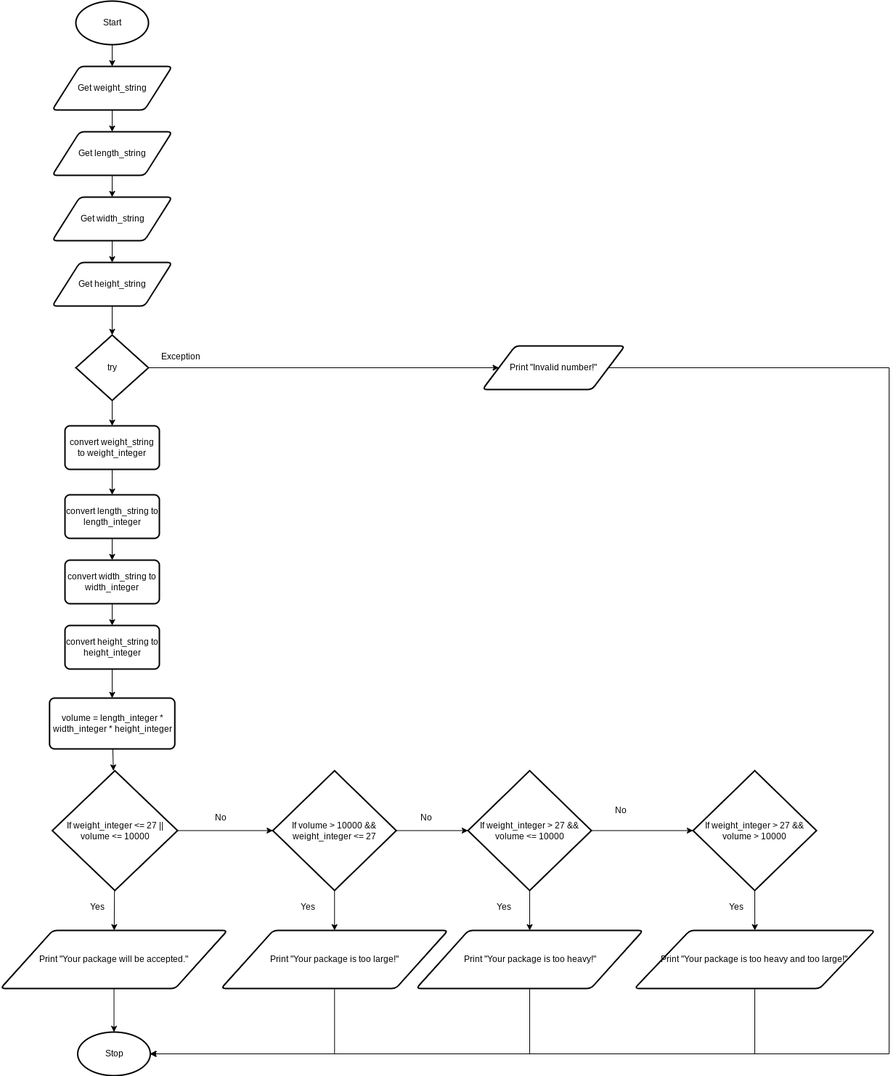
Earlier version of the draw.io export design.package.flowchart.png (Yiyun-Qin/ICS3U-Assignment3-Python). Source tidied: cells renumbered, new cells last; positions are measured from the earlier drawing's top-left corner, leaving out a move shared by most shapes. Its diagram source:
```xml
<mxGraphModel>
  <root>
    <mxCell id="0" />
    <mxCell id="1" parent="0" />
    <mxCell id="2" style="edgeStyle=none;html=1;exitX=0.5;exitY=1;exitDx=0;exitDy=0;exitPerimeter=0;entryX=0.5;entryY=0;entryDx=0;entryDy=0;" parent="1" edge="1" source="3" target="5">
      <mxGeometry relative="1" as="geometry" />
    </mxCell>
    <mxCell id="3" value="Start" style="strokeWidth=2;html=1;shape=mxgraph.flowchart.start_1;whiteSpace=wrap;" parent="1" vertex="1">
      <mxGeometry x="104" width="100" height="60" as="geometry" />
    </mxCell>
    <mxCell id="4" style="edgeStyle=none;html=1;exitX=0.5;exitY=1;exitDx=0;exitDy=0;entryX=0.5;entryY=0;entryDx=0;entryDy=0;" parent="1" edge="1" source="5" target="20">
      <mxGeometry relative="1" as="geometry" />
    </mxCell>
    <mxCell id="5" value="Get weight_string" style="shape=parallelogram;html=1;strokeWidth=2;perimeter=parallelogramPerimeter;whiteSpace=wrap;rounded=1;arcSize=12;size=0.23;" parent="1" vertex="1">
      <mxGeometry x="71.5" y="90" width="165" height="60" as="geometry" />
    </mxCell>
    <mxCell id="6" value="Stop" style="strokeWidth=2;html=1;shape=mxgraph.flowchart.start_1;whiteSpace=wrap;" parent="1" vertex="1">
      <mxGeometry x="106.5" y="1420" width="100" height="60" as="geometry" />
    </mxCell>
    <mxCell id="7" value="Yes" style="text;html=1;strokeColor=none;fillColor=none;align=center;verticalAlign=middle;whiteSpace=wrap;rounded=0;" parent="1" vertex="1">
      <mxGeometry x="104" y="1230" width="60" height="35" as="geometry" />
    </mxCell>
    <mxCell id="8" style="edgeStyle=none;html=1;exitX=0.5;exitY=1;exitDx=0;exitDy=0;exitPerimeter=0;entryX=0.5;entryY=0;entryDx=0;entryDy=0;" parent="1" edge="1" source="10" target="12">
      <mxGeometry relative="1" as="geometry" />
    </mxCell>
    <mxCell id="9" style="edgeStyle=none;html=1;exitX=1;exitY=0.5;exitDx=0;exitDy=0;exitPerimeter=0;entryX=0;entryY=0.5;entryDx=0;entryDy=0;" parent="1" edge="1" source="10" target="14">
      <mxGeometry relative="1" as="geometry" />
    </mxCell>
    <mxCell id="10" value="try" style="strokeWidth=2;html=1;shape=mxgraph.flowchart.decision;whiteSpace=wrap;" parent="1" vertex="1">
      <mxGeometry x="104" y="460" width="100" height="90" as="geometry" />
    </mxCell>
    <mxCell id="11" style="edgeStyle=none;html=1;" parent="1" edge="1" source="12" target="26">
      <mxGeometry relative="1" as="geometry" />
    </mxCell>
    <mxCell id="12" value="convert weight_string to weight_integer" style="rounded=1;whiteSpace=wrap;html=1;absoluteArcSize=1;arcSize=14;strokeWidth=2;" parent="1" vertex="1">
      <mxGeometry x="89" y="585" width="130" height="60" as="geometry" />
    </mxCell>
    <mxCell id="13" style="edgeStyle=orthogonalEdgeStyle;rounded=0;html=1;exitX=1;exitY=0.5;exitDx=0;exitDy=0;entryX=1;entryY=0.5;entryDx=0;entryDy=0;entryPerimeter=0;" parent="1" edge="1" source="14" target="6">
      <mxGeometry relative="1" as="geometry">
        <Array as="points">
          <mxPoint x="1224" y="505" />
          <mxPoint x="1224" y="1450" />
        </Array>
      </mxGeometry>
    </mxCell>
    <mxCell id="14" value="Print &quot;Invalid number!&quot;" style="shape=parallelogram;html=1;strokeWidth=2;perimeter=parallelogramPerimeter;whiteSpace=wrap;rounded=1;arcSize=12;size=0.23;" parent="1" vertex="1">
      <mxGeometry x="664" y="475" width="196" height="60" as="geometry" />
    </mxCell>
    <mxCell id="15" value="Exception" style="text;html=1;strokeColor=none;fillColor=none;align=center;verticalAlign=middle;whiteSpace=wrap;rounded=0;" parent="1" vertex="1">
      <mxGeometry x="219" y="475" width="60" height="30" as="geometry" />
    </mxCell>
    <mxCell id="16" style="edgeStyle=none;html=1;" parent="1" edge="1" source="18" target="34">
      <mxGeometry relative="1" as="geometry" />
    </mxCell>
    <mxCell id="17" style="edgeStyle=orthogonalEdgeStyle;rounded=0;html=1;exitX=1;exitY=0.5;exitDx=0;exitDy=0;exitPerimeter=0;entryX=0;entryY=0.5;entryDx=0;entryDy=0;entryPerimeter=0;" parent="1" edge="1" source="18" target="39">
      <mxGeometry relative="1" as="geometry" />
    </mxCell>
    <mxCell id="18" value="If weight_integer &amp;lt;= 27 || volume &amp;lt;= 10000" style="strokeWidth=2;html=1;shape=mxgraph.flowchart.decision;whiteSpace=wrap;" parent="1" vertex="1">
      <mxGeometry x="71.5" y="1060" width="172.5" height="165" as="geometry" />
    </mxCell>
    <mxCell id="19" style="edgeStyle=none;html=1;exitX=0.5;exitY=1;exitDx=0;exitDy=0;entryX=0.5;entryY=0;entryDx=0;entryDy=0;" parent="1" edge="1" source="20" target="22">
      <mxGeometry relative="1" as="geometry" />
    </mxCell>
    <mxCell id="20" value="Get length_string" style="shape=parallelogram;html=1;strokeWidth=2;perimeter=parallelogramPerimeter;whiteSpace=wrap;rounded=1;arcSize=12;size=0.23;" parent="1" vertex="1">
      <mxGeometry x="71.5" y="180" width="165" height="60" as="geometry" />
    </mxCell>
    <mxCell id="21" style="edgeStyle=none;html=1;exitX=0.5;exitY=1;exitDx=0;exitDy=0;entryX=0.5;entryY=0;entryDx=0;entryDy=0;" parent="1" edge="1" source="22" target="24">
      <mxGeometry relative="1" as="geometry" />
    </mxCell>
    <mxCell id="22" value="Get width_string" style="shape=parallelogram;html=1;strokeWidth=2;perimeter=parallelogramPerimeter;whiteSpace=wrap;rounded=1;arcSize=12;size=0.23;" parent="1" vertex="1">
      <mxGeometry x="71.5" y="270" width="165" height="60" as="geometry" />
    </mxCell>
    <mxCell id="23" style="edgeStyle=none;html=1;exitX=0.5;exitY=1;exitDx=0;exitDy=0;entryX=0.5;entryY=0;entryDx=0;entryDy=0;entryPerimeter=0;" parent="1" edge="1" source="24" target="10">
      <mxGeometry relative="1" as="geometry" />
    </mxCell>
    <mxCell id="24" value="Get height_string" style="shape=parallelogram;html=1;strokeWidth=2;perimeter=parallelogramPerimeter;whiteSpace=wrap;rounded=1;arcSize=12;size=0.23;" parent="1" vertex="1">
      <mxGeometry x="71.5" y="360" width="165" height="60" as="geometry" />
    </mxCell>
    <mxCell id="25" style="edgeStyle=none;html=1;" parent="1" edge="1" source="26" target="28">
      <mxGeometry relative="1" as="geometry" />
    </mxCell>
    <mxCell id="26" value="convert length_string to length_integer" style="rounded=1;whiteSpace=wrap;html=1;absoluteArcSize=1;arcSize=14;strokeWidth=2;" parent="1" vertex="1">
      <mxGeometry x="89" y="680" width="130" height="60" as="geometry" />
    </mxCell>
    <mxCell id="27" style="edgeStyle=none;html=1;" parent="1" edge="1" source="28" target="30">
      <mxGeometry relative="1" as="geometry" />
    </mxCell>
    <mxCell id="28" value="convert width_string to width_integer" style="rounded=1;whiteSpace=wrap;html=1;absoluteArcSize=1;arcSize=14;strokeWidth=2;" parent="1" vertex="1">
      <mxGeometry x="89" y="770" width="130" height="60" as="geometry" />
    </mxCell>
    <mxCell id="29" style="edgeStyle=none;html=1;" parent="1" edge="1" source="30" target="32">
      <mxGeometry relative="1" as="geometry" />
    </mxCell>
    <mxCell id="30" value="convert height_string to height_integer" style="rounded=1;whiteSpace=wrap;html=1;absoluteArcSize=1;arcSize=14;strokeWidth=2;" parent="1" vertex="1">
      <mxGeometry x="89" y="860" width="130" height="60" as="geometry" />
    </mxCell>
    <mxCell id="31" style="edgeStyle=none;html=1;" parent="1" edge="1" source="32" target="18">
      <mxGeometry relative="1" as="geometry" />
    </mxCell>
    <mxCell id="32" value="volume = length_integer * width_integer * height_integer" style="rounded=1;whiteSpace=wrap;html=1;absoluteArcSize=1;arcSize=14;strokeWidth=2;" parent="1" vertex="1">
      <mxGeometry x="67.8" y="960" width="172.5" height="70" as="geometry" />
    </mxCell>
    <mxCell id="33" style="edgeStyle=none;html=1;" parent="1" edge="1" source="34" target="6">
      <mxGeometry relative="1" as="geometry" />
    </mxCell>
    <mxCell id="34" value="Print &quot;Your package will be accepted.&quot;" style="shape=parallelogram;html=1;strokeWidth=2;perimeter=parallelogramPerimeter;whiteSpace=wrap;rounded=1;arcSize=12;size=0.23;" parent="1" vertex="1">
      <mxGeometry x="0.2" y="1280" width="312.5" height="80" as="geometry" />
    </mxCell>
    <mxCell id="35" style="edgeStyle=orthogonalEdgeStyle;html=1;exitX=0.5;exitY=1;exitDx=0;exitDy=0;entryX=1;entryY=0.5;entryDx=0;entryDy=0;entryPerimeter=0;rounded=0;" parent="1" edge="1" source="36" target="6">
      <mxGeometry relative="1" as="geometry" />
    </mxCell>
    <mxCell id="36" value="Print &quot;Your package is too large!&quot;" style="shape=parallelogram;html=1;strokeWidth=2;perimeter=parallelogramPerimeter;whiteSpace=wrap;rounded=1;arcSize=12;size=0.23;" parent="1" vertex="1">
      <mxGeometry x="304" y="1280" width="312.5" height="80" as="geometry" />
    </mxCell>
    <mxCell id="37" style="edgeStyle=none;html=1;" parent="1" edge="1" source="39" target="42">
      <mxGeometry relative="1" as="geometry" />
    </mxCell>
    <mxCell id="38" style="edgeStyle=orthogonalEdgeStyle;rounded=0;html=1;exitX=0.5;exitY=1;exitDx=0;exitDy=0;exitPerimeter=0;entryX=0.5;entryY=0;entryDx=0;entryDy=0;" parent="1" edge="1" source="39" target="36">
      <mxGeometry relative="1" as="geometry" />
    </mxCell>
    <mxCell id="39" value="If volume &amp;gt; 10000 &amp;amp;&amp;amp; weight_integer &amp;lt;= 27" style="strokeWidth=2;html=1;shape=mxgraph.flowchart.decision;whiteSpace=wrap;" parent="1" vertex="1">
      <mxGeometry x="375.2" y="1060" width="170" height="165" as="geometry" />
    </mxCell>
    <mxCell id="40" style="edgeStyle=none;html=1;" parent="1" edge="1" source="42" target="44">
      <mxGeometry relative="1" as="geometry" />
    </mxCell>
    <mxCell id="41" style="edgeStyle=orthogonalEdgeStyle;rounded=0;html=1;exitX=1;exitY=0.5;exitDx=0;exitDy=0;exitPerimeter=0;entryX=0;entryY=0.5;entryDx=0;entryDy=0;entryPerimeter=0;" parent="1" edge="1" source="42" target="50">
      <mxGeometry relative="1" as="geometry" />
    </mxCell>
    <mxCell id="42" value="If weight_integer &amp;gt; 27 &amp;amp;&amp;amp; volume &amp;lt;= 10000" style="strokeWidth=2;html=1;shape=mxgraph.flowchart.decision;whiteSpace=wrap;" parent="1" vertex="1">
      <mxGeometry x="644" y="1060" width="170" height="165" as="geometry" />
    </mxCell>
    <mxCell id="43" style="edgeStyle=orthogonalEdgeStyle;rounded=0;html=1;exitX=0.5;exitY=1;exitDx=0;exitDy=0;entryX=1;entryY=0.5;entryDx=0;entryDy=0;entryPerimeter=0;" parent="1" edge="1" source="44" target="6">
      <mxGeometry relative="1" as="geometry" />
    </mxCell>
    <mxCell id="44" value="Print &quot;Your package is too heavy!&quot;" style="shape=parallelogram;html=1;strokeWidth=2;perimeter=parallelogramPerimeter;whiteSpace=wrap;rounded=1;arcSize=12;size=0.23;" parent="1" vertex="1">
      <mxGeometry x="572.8" y="1280" width="312.5" height="80" as="geometry" />
    </mxCell>
    <mxCell id="45" value="No" style="text;html=1;strokeColor=none;fillColor=none;align=center;verticalAlign=middle;whiteSpace=wrap;rounded=0;" parent="1" vertex="1">
      <mxGeometry x="274" y="1110" width="60" height="30" as="geometry" />
    </mxCell>
    <mxCell id="46" value="No" style="text;html=1;strokeColor=none;fillColor=none;align=center;verticalAlign=middle;whiteSpace=wrap;rounded=0;" parent="1" vertex="1">
      <mxGeometry x="556.5" y="1110" width="60" height="30" as="geometry" />
    </mxCell>
    <mxCell id="47" value="Yes" style="text;html=1;strokeColor=none;fillColor=none;align=center;verticalAlign=middle;whiteSpace=wrap;rounded=0;" parent="1" vertex="1">
      <mxGeometry x="394" y="1230" width="60" height="35" as="geometry" />
    </mxCell>
    <mxCell id="48" value="Yes" style="text;html=1;strokeColor=none;fillColor=none;align=center;verticalAlign=middle;whiteSpace=wrap;rounded=0;" parent="1" vertex="1">
      <mxGeometry x="664" y="1230" width="60" height="35" as="geometry" />
    </mxCell>
    <mxCell id="49" style="edgeStyle=orthogonalEdgeStyle;rounded=0;html=1;" parent="1" edge="1" source="50" target="52">
      <mxGeometry relative="1" as="geometry" />
    </mxCell>
    <mxCell id="50" value="If weight_integer &amp;gt; 27 &amp;amp;&amp;amp; volume &amp;gt; 10000" style="strokeWidth=2;html=1;shape=mxgraph.flowchart.decision;whiteSpace=wrap;" parent="1" vertex="1">
      <mxGeometry x="954" y="1060" width="170" height="165" as="geometry" />
    </mxCell>
    <mxCell id="51" style="edgeStyle=orthogonalEdgeStyle;rounded=0;html=1;exitX=0.5;exitY=1;exitDx=0;exitDy=0;entryX=1;entryY=0.5;entryDx=0;entryDy=0;entryPerimeter=0;" parent="1" edge="1" source="52" target="6">
      <mxGeometry relative="1" as="geometry" />
    </mxCell>
    <mxCell id="52" value="Print &quot;Your package is too heavy and too large!&quot;" style="shape=parallelogram;html=1;strokeWidth=2;perimeter=parallelogramPerimeter;whiteSpace=wrap;rounded=1;arcSize=12;size=0.23;" parent="1" vertex="1">
      <mxGeometry x="873.4" y="1280" width="331.2" height="80" as="geometry" />
    </mxCell>
    <mxCell id="53" value="No" style="text;html=1;strokeColor=none;fillColor=none;align=center;verticalAlign=middle;whiteSpace=wrap;rounded=0;" parent="1" vertex="1">
      <mxGeometry x="825.2" y="1100" width="60" height="30" as="geometry" />
    </mxCell>
    <mxCell id="54" value="Yes" style="text;html=1;strokeColor=none;fillColor=none;align=center;verticalAlign=middle;whiteSpace=wrap;rounded=0;" parent="1" vertex="1">
      <mxGeometry x="984" y="1230" width="60" height="35" as="geometry" />
    </mxCell>
  </root>
</mxGraphModel>
```
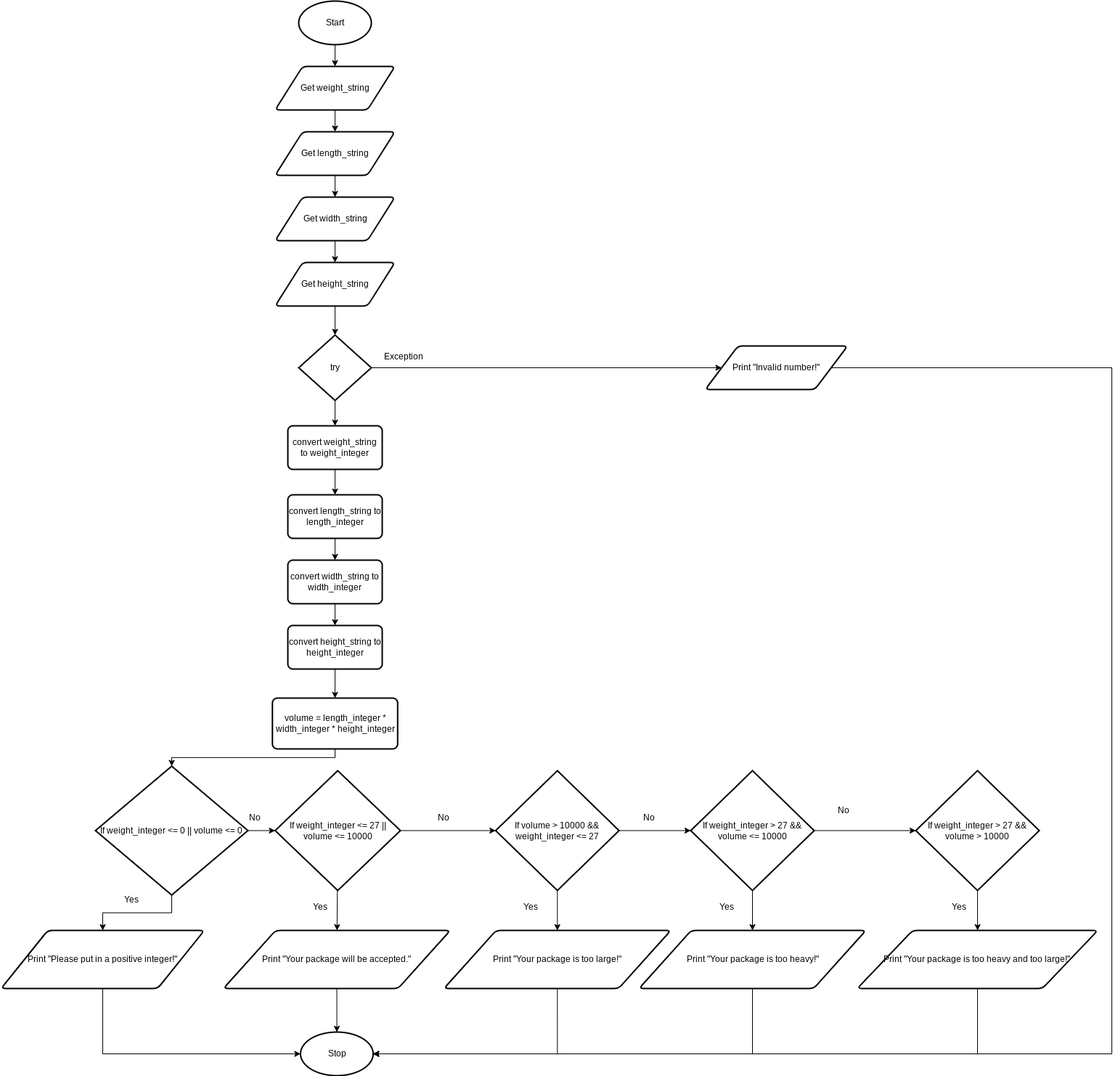
The same diagram one commit later.

Diff of the diagram source:
```diff
@@ -94,9 +94,9 @@
     <mxCell id="30" value="convert height_string to height_integer" style="rounded=1;whiteSpace=wrap;html=1;absoluteArcSize=1;arcSize=14;strokeWidth=2;" parent="1" vertex="1">
       <mxGeometry x="89" y="860" width="130" height="60" as="geometry" />
     </mxCell>
-    <mxCell id="31" style="edgeStyle=none;html=1;" parent="1" edge="1" source="32" target="18">
-      <mxGeometry relative="1" as="geometry" />
-    </mxCell>
+    <mxCell id="55" style="edgeStyle=orthogonalEdgeStyle;rounded=0;html=1;exitX=0.5;exitY=1;exitDx=0;exitDy=0;entryX=0.5;entryY=0;entryDx=0;entryDy=0;entryPerimeter=0;" parent="1" edge="1" source="32" target="58">
+      <mxGeometry relative="1" as="geometry" />
+    </mxCell>
     <mxCell id="32" value="volume = length_integer * width_integer * height_integer" style="rounded=1;whiteSpace=wrap;html=1;absoluteArcSize=1;arcSize=14;strokeWidth=2;" parent="1" vertex="1">
       <mxGeometry x="67.8" y="960" width="172.5" height="70" as="geometry" />
     </mxCell>
@@ -166,5 +166,26 @@
     <mxCell id="54" value="Yes" style="text;html=1;strokeColor=none;fillColor=none;align=center;verticalAlign=middle;whiteSpace=wrap;rounded=0;" parent="1" vertex="1">
       <mxGeometry x="984" y="1230" width="60" height="35" as="geometry" />
     </mxCell>
+    <mxCell id="56" style="edgeStyle=orthogonalEdgeStyle;rounded=0;html=1;exitX=1;exitY=0.5;exitDx=0;exitDy=0;exitPerimeter=0;entryX=0;entryY=0.5;entryDx=0;entryDy=0;entryPerimeter=0;" parent="1" edge="1" source="58" target="18">
+      <mxGeometry relative="1" as="geometry" />
+    </mxCell>
+    <mxCell id="57" style="edgeStyle=orthogonalEdgeStyle;rounded=0;html=1;exitX=0.5;exitY=1;exitDx=0;exitDy=0;exitPerimeter=0;entryX=0.5;entryY=0;entryDx=0;entryDy=0;" parent="1" edge="1" source="58" target="61">
+      <mxGeometry relative="1" as="geometry" />
+    </mxCell>
+    <mxCell id="58" value="If weight_integer &amp;lt;= 0 || volume &amp;lt;= 0" style="strokeWidth=2;html=1;shape=mxgraph.flowchart.decision;whiteSpace=wrap;" parent="1" vertex="1">
+      <mxGeometry x="-176" y="1053.8" width="210" height="177.5" as="geometry" />
+    </mxCell>
+    <mxCell id="59" value="No" style="text;html=1;strokeColor=none;fillColor=none;align=center;verticalAlign=middle;whiteSpace=wrap;rounded=0;" parent="1" vertex="1">
+      <mxGeometry x="14" y="1110" width="60" height="30" as="geometry" />
+    </mxCell>
+    <mxCell id="60" style="edgeStyle=orthogonalEdgeStyle;rounded=0;html=1;exitX=0.5;exitY=1;exitDx=0;exitDy=0;entryX=0;entryY=0.5;entryDx=0;entryDy=0;entryPerimeter=0;" parent="1" edge="1" source="61" target="6">
+      <mxGeometry relative="1" as="geometry" />
+    </mxCell>
+    <mxCell id="61" value="Print &quot;Please put in a positive integer!&quot;" style="shape=parallelogram;html=1;strokeWidth=2;perimeter=parallelogramPerimeter;whiteSpace=wrap;rounded=1;arcSize=12;size=0.23;" parent="1" vertex="1">
+      <mxGeometry x="-306" y="1280" width="280" height="80" as="geometry" />
+    </mxCell>
+    <mxCell id="62" value="Yes" style="text;html=1;strokeColor=none;fillColor=none;align=center;verticalAlign=middle;whiteSpace=wrap;rounded=0;" parent="1" vertex="1">
+      <mxGeometry x="-156" y="1220" width="60" height="35" as="geometry" />
+    </mxCell>
   </root>
 </mxGraphModel>
```
